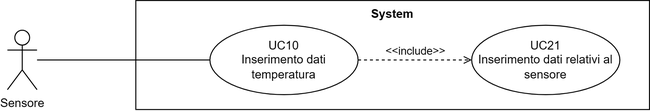
The draw.io diagram src/3_PB/AnalisiDeiRequisiti/assets/UML/UC10_Inserimento-dati-temperatura.png in SWATEngineering/Docs, before a commit. Source tidied: cells renumbered, new cells last; positions are measured from the earlier drawing's top-left corner, leaving out a move shared by most shapes.
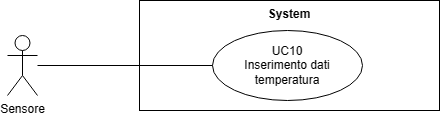
Later version of the same file.

The edit, as a diff of the source:
```diff
@@ -2,23 +2,17 @@
   <root>
     <mxCell id="0" />
     <mxCell id="1" parent="0" />
-    <mxCell id="2" value="Sensore" style="shape=umlActor;verticalLabelPosition=bottom;verticalAlign=top;html=1;outlineConnect=0;" parent="1" vertex="1">
-      <mxGeometry y="30" width="30" height="60" as="geometry" />
+    <mxCell id="2" value="System" style="shape=rect;html=1;verticalAlign=top;fontStyle=1;whiteSpace=wrap;align=center;" parent="1" vertex="1">
+      <mxGeometry x="132" y="320" width="300" height="110" as="geometry" />
     </mxCell>
-    <mxCell id="3" value="System" style="shape=rect;html=1;verticalAlign=top;fontStyle=1;whiteSpace=wrap;align=center;" parent="1" vertex="1">
-      <mxGeometry x="130" width="520" height="110" as="geometry" />
+    <mxCell id="3" value="Sensore" style="shape=umlActor;verticalLabelPosition=bottom;verticalAlign=top;html=1;outlineConnect=0;" parent="1" vertex="1">
+      <mxGeometry y="355" width="30" height="60" as="geometry" />
     </mxCell>
     <mxCell id="4" value="UC10&lt;br&gt;Inserimento dati temperatura" style="ellipse;whiteSpace=wrap;html=1;" parent="1" vertex="1">
-      <mxGeometry x="205" y="25" width="150" height="70" as="geometry" />
+      <mxGeometry x="205" y="350" width="150" height="70" as="geometry" />
     </mxCell>
-    <mxCell id="5" style="edgeStyle=none;html=1;endArrow=none;verticalAlign=bottom;rounded=0;" parent="1" edge="1" source="2" target="4">
+    <mxCell id="5" style="edgeStyle=none;html=1;endArrow=none;verticalAlign=bottom;rounded=0;" parent="1" edge="1" source="3" target="4">
       <mxGeometry relative="1" as="geometry" />
     </mxCell>
-    <mxCell id="6" value="UC21&lt;br&gt;Inserimento dati relativi al sensore" style="ellipse;whiteSpace=wrap;html=1;" parent="1" vertex="1">
-      <mxGeometry x="470" y="25" width="150" height="70" as="geometry" />
-    </mxCell>
-    <mxCell id="7" value="&amp;lt;&amp;lt;include&amp;gt;&amp;gt;" style="edgeStyle=none;html=1;endArrow=open;verticalAlign=bottom;dashed=1;labelBackgroundColor=none;rounded=0;" parent="1" edge="1" source="4" target="6">
-      <mxGeometry relative="1" as="geometry" />
-    </mxCell>
   </root>
 </mxGraphModel>
```
